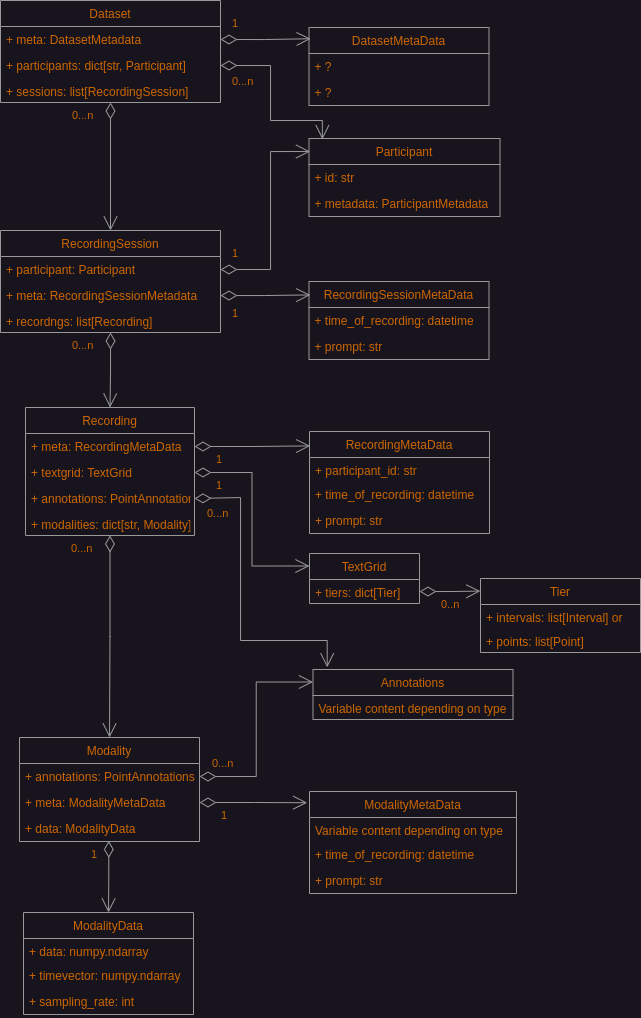
Above: docs/core_data_structures.drawio.png in giuthas/satkit (draw.io), before the change. Source tidied: cells renumbered, new cells last; positions are measured from the earlier drawing's top-left corner, leaving out a move shared by most shapes.
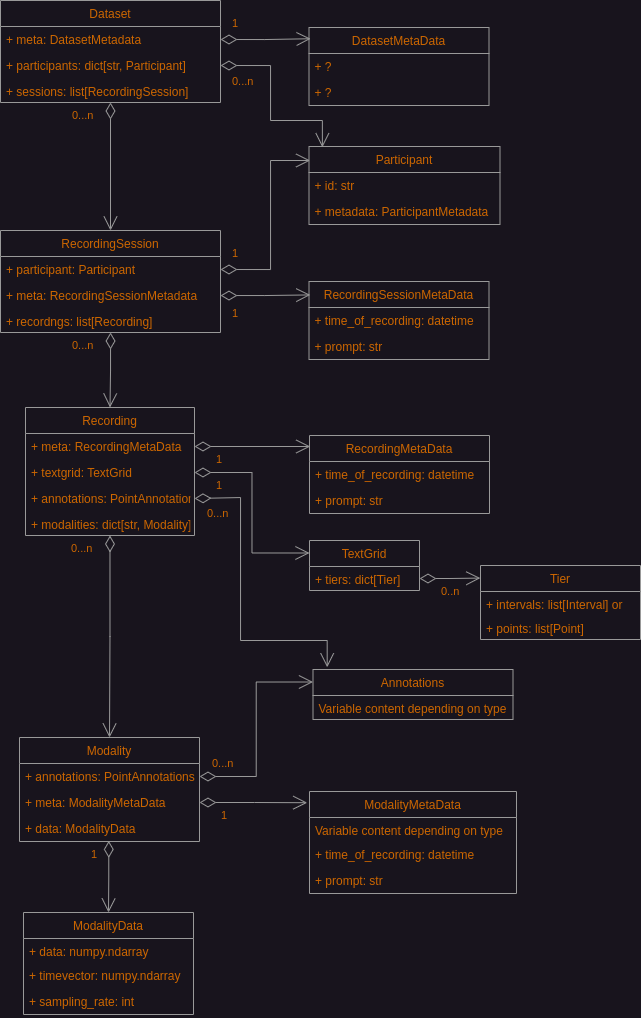
The same file after the commit.

Commit message:
Updated the core data structures documentation.

The edit, as a diff of the source:
```diff
@@ -42,19 +42,16 @@
       <mxGeometry y="76" width="170" height="26" as="geometry" />
     </mxCell>
     <mxCell id="15" value="RecordingMetaData" style="swimlane;fontStyle=0;horizontal=1;startSize=26;fillColor=none;labelBorderColor=none;strokeColor=#999999;fontColor=#CC6600;" parent="1" vertex="1">
-      <mxGeometry x="309" y="431" width="180" height="102" as="geometry" />
+      <mxGeometry x="309" y="435" width="180" height="78" as="geometry" />
     </mxCell>
-    <mxCell id="16" value="+ participant_id: str" style="text;strokeColor=none;fillColor=none;align=left;verticalAlign=top;spacingLeft=4;spacingRight=4;overflow=hidden;labelBorderColor=none;fontColor=#CC6600;" parent="15" vertex="1">
-      <mxGeometry y="26" width="180" height="24" as="geometry" />
-    </mxCell>
     <mxCell id="17" value="+ time_of_recording: datetime" style="text;strokeColor=none;fillColor=none;align=left;verticalAlign=top;spacingLeft=4;spacingRight=4;overflow=hidden;labelBorderColor=none;fontColor=#CC6600;" parent="15" vertex="1">
-      <mxGeometry y="50" width="180" height="26" as="geometry" />
+      <mxGeometry y="26" width="180" height="26" as="geometry" />
     </mxCell>
     <mxCell id="18" value="+ prompt: str" style="text;strokeColor=none;fillColor=none;align=left;verticalAlign=top;spacingLeft=4;spacingRight=4;overflow=hidden;labelBorderColor=none;fontColor=#CC6600;" parent="15" vertex="1">
-      <mxGeometry y="76" width="180" height="26" as="geometry" />
+      <mxGeometry y="52" width="180" height="26" as="geometry" />
     </mxCell>
     <mxCell id="19" value="TextGrid" style="swimlane;fontStyle=0;horizontal=1;startSize=26;fillColor=none;labelBorderColor=none;strokeColor=#999999;fontColor=#CC6600;" parent="1" vertex="1">
-      <mxGeometry x="309" y="553" width="110" height="50" as="geometry" />
+      <mxGeometry x="309" y="540" width="110" height="50" as="geometry" />
     </mxCell>
     <mxCell id="20" value="+ tiers: dict[Tier]" style="text;strokeColor=none;fillColor=none;align=left;verticalAlign=top;spacingLeft=4;spacingRight=4;overflow=hidden;points=[[0,0.5],[1,0.5]];portConstraint=eastwest;labelBorderColor=none;fontColor=#CC6600;" parent="19" vertex="1">
       <mxGeometry y="26" width="110" height="24" as="geometry" />
@@ -134,7 +131,7 @@
       <mxGeometry y="52" width="180" height="26" as="geometry" />
     </mxCell>
     <mxCell id="43" value="Participant" style="swimlane;fontStyle=0;horizontal=1;startSize=26;fillColor=none;labelBorderColor=none;strokeColor=#999999;fontColor=#CC6600;" parent="1" vertex="1">
-      <mxGeometry x="308.5" y="138" width="191" height="78" as="geometry" />
+      <mxGeometry x="308.5" y="146" width="191" height="78" as="geometry" />
     </mxCell>
     <mxCell id="44" value="+ id: str" style="text;strokeColor=none;fillColor=none;align=left;verticalAlign=top;spacingLeft=4;spacingRight=4;overflow=hidden;labelBorderColor=none;fontColor=#CC6600;" parent="43" vertex="1">
       <mxGeometry y="26" width="191" height="26" as="geometry" />
@@ -166,7 +163,8 @@
       <mxGeometry relative="1" as="geometry">
         <Array as="points">
           <mxPoint x="270" y="269" />
-          <mxPoint x="270" y="151" />
+          <mxPoint x="270" y="160" />
+          <mxPoint x="310" y="160" />
         </Array>
       </mxGeometry>
     </mxCell>
@@ -206,7 +204,7 @@
       </mxGeometry>
     </mxCell>
     <mxCell id="62" value="Tier" style="swimlane;fontStyle=0;horizontal=1;startSize=26;fillColor=none;labelBorderColor=none;strokeColor=#999999;fontColor=#CC6600;" parent="1" vertex="1">
-      <mxGeometry x="480" y="578" width="160" height="74" as="geometry" />
+      <mxGeometry x="480" y="565" width="160" height="74" as="geometry" />
     </mxCell>
     <mxCell id="63" value="+ intervals: list[Interval] or" style="text;strokeColor=none;fillColor=none;align=left;verticalAlign=top;spacingLeft=4;spacingRight=4;overflow=hidden;labelBorderColor=none;fontColor=#CC6600;" parent="62" vertex="1">
       <mxGeometry y="26" width="160" height="24" as="geometry" />
```
